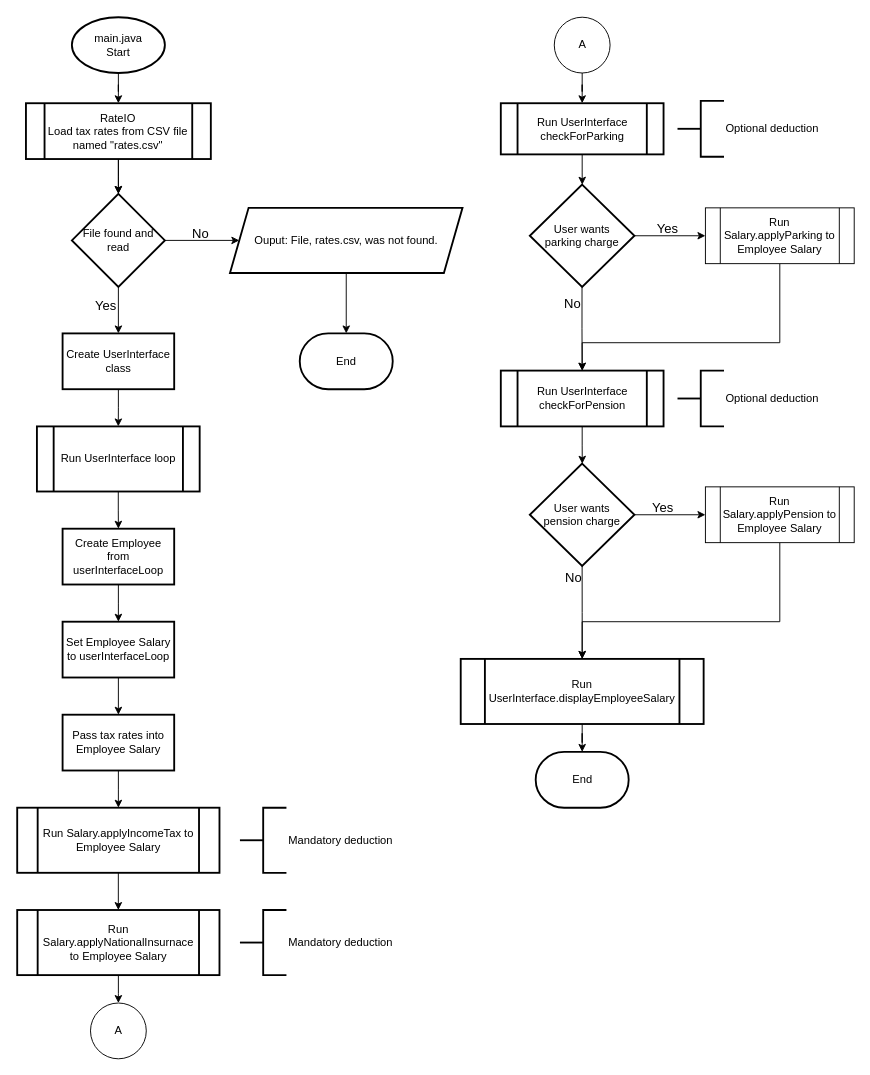
Sherman5A/usw-pop-coursework-1-task-2 keeps this draw.io diagram as report/flowcharts/task-2/designs/main.drawio. Above is the earlier version. Source tidied: cells renumbered, new cells numbered last; positions are measured from the earlier drawing's top-left corner, leaving out a move shared by most shapes. Both pictures are drawn from the tidied source at 93%, with x=0, y=0 at pixel (17, 17).
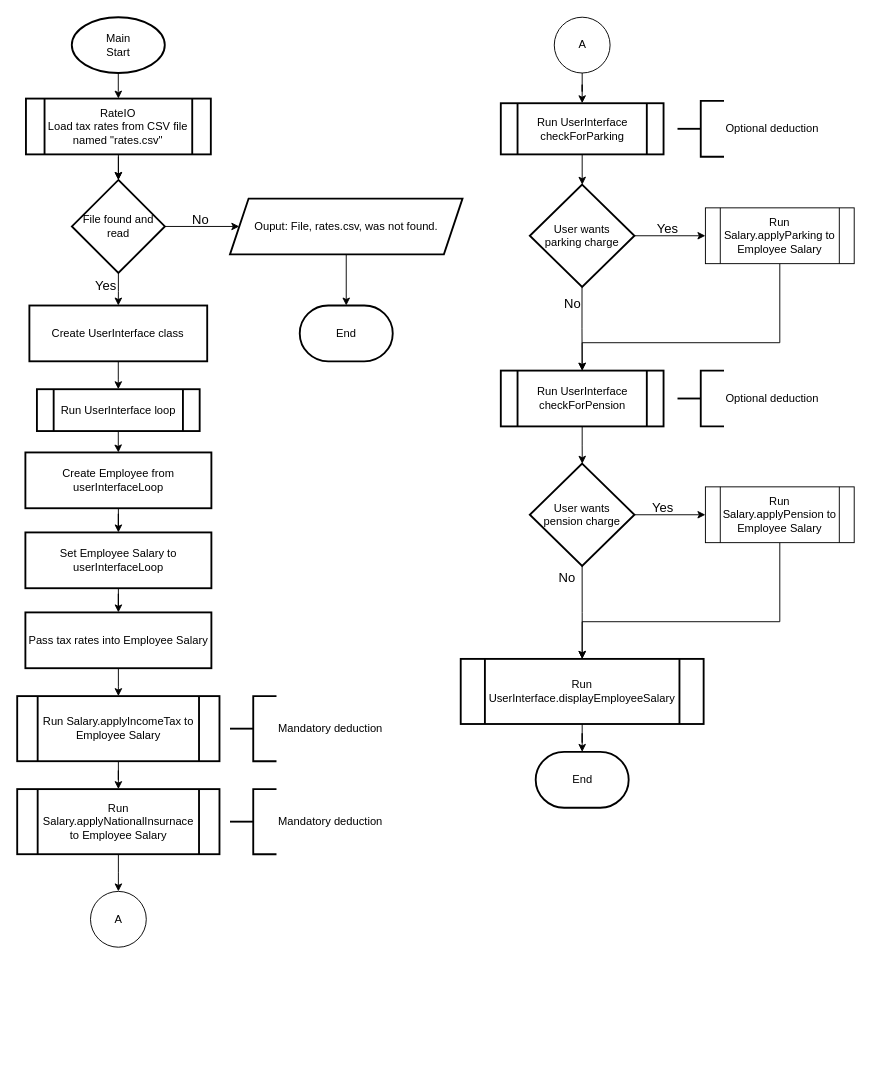
After the change.

Change to the diagram source:
```diff
@@
-    <mxCell id="3" value="main.java&lt;br&gt;Start" style="strokeWidth=2;html=1;shape=mxgraph.flowchart.start_1;whiteSpace=wrap;" parent="1" vertex="1">
-      <mxGeometry x="58.8" width="100" height="60" as="geometry" />
+    <mxCell id="3" value="Main&lt;br&gt;Start" style="strokeWidth=2;html=1;shape=mxgraph.flowchart.start_1;whiteSpace=wrap;" parent="1" vertex="1">
+      <mxGeometry x="58.7" width="100" height="60" as="geometry" />
     </mxCell>
@@
     <mxCell id="8" value="File found and read" style="strokeWidth=2;html=1;shape=mxgraph.flowchart.decision;whiteSpace=wrap;" parent="1" vertex="1">
-      <mxGeometry x="58.8" y="190" width="100" height="100" as="geometry" />
+      <mxGeometry x="58.8" y="175" width="100" height="100" as="geometry" />
     </mxCell>
@@
     <mxCell id="10" value="&lt;div style=&quot;line-height: 110%;&quot; align=&quot;center&quot;&gt;Ouput: File, rates.csv, was not found.&lt;/div&gt;" style="shape=parallelogram;perimeter=parallelogramPerimeter;whiteSpace=wrap;html=1;fixedSize=1;strokeWidth=2;align=center;" parent="1" vertex="1">
-      <mxGeometry x="228.8" y="205" width="250" height="70" as="geometry" />
+      <mxGeometry x="228.8" y="195" width="250" height="60" as="geometry" />
     </mxCell>
     <mxCell id="11" value="End" style="strokeWidth=2;html=1;shape=mxgraph.flowchart.terminator;whiteSpace=wrap;" parent="1" vertex="1">
-      <mxGeometry x="303.8" y="340" width="100" height="60" as="geometry" />
+      <mxGeometry x="303.8" y="310" width="100" height="60" as="geometry" />
     </mxCell>
@@
     <mxCell id="13" value="Create UserInterface class" style="whiteSpace=wrap;html=1;strokeWidth=2;" parent="1" vertex="1">
-      <mxGeometry x="48.8" y="340" width="120" height="60" as="geometry" />
+      <mxGeometry x="13.1" y="310" width="191.2" height="60" as="geometry" />
     </mxCell>
@@
     <mxCell id="15" value="Run UserInterface loop" style="shape=process;whiteSpace=wrap;html=1;backgroundOutline=1;strokeWidth=2;" parent="1" vertex="1">
-      <mxGeometry x="21.2" y="440" width="175" height="70" as="geometry" />
+      <mxGeometry x="21.2" y="400" width="175" height="45" as="geometry" />
     </mxCell>
-    <mxCell id="16" style="edgeStyle=orthogonalEdgeStyle;rounded=0;jettySize=auto;html=1;" parent="1" edge="1" source="17">
-      <mxGeometry relative="1" as="geometry">
-        <mxPoint x="108.8" y="650" as="targetPoint" />
-      </mxGeometry>
+    <mxCell id="16" style="edgeStyle=orthogonalEdgeStyle;rounded=0;jettySize=auto;html=1;entryX=0.5;entryY=0;entryDx=0;entryDy=0;" parent="1" edge="1" source="17" target="19">
+      <mxGeometry relative="1" as="geometry" />
     </mxCell>
     <mxCell id="17" value="Create Employee from userInterfaceLoop" style="whiteSpace=wrap;html=1;strokeWidth=2;" parent="1" vertex="1">
-      <mxGeometry x="48.8" y="550" width="120" height="60" as="geometry" />
+      <mxGeometry x="8.8" y="468" width="200" height="60" as="geometry" />
     </mxCell>
@@
     <mxCell id="19" value="Set Employee Salary to userInterfaceLoop" style="whiteSpace=wrap;html=1;strokeWidth=2;" parent="1" vertex="1">
-      <mxGeometry x="48.8" y="650" width="120" height="60" as="geometry" />
+      <mxGeometry x="8.8" y="554" width="200" height="60" as="geometry" />
     </mxCell>
@@
     <mxCell id="21" value="Run Salary.applyIncomeTax to Employee Salary" style="shape=process;whiteSpace=wrap;html=1;backgroundOutline=1;strokeWidth=2;" parent="1" vertex="1">
-      <mxGeometry y="850" width="217.5" height="70" as="geometry" />
+      <mxGeometry y="730" width="217.5" height="70" as="geometry" />
     </mxCell>
@@
     <mxCell id="28" value="A" style="ellipse;whiteSpace=wrap;html=1;" parent="1" vertex="1">
-      <mxGeometry x="78.8" y="1060" width="60" height="60" as="geometry" />
+      <mxGeometry x="78.8" y="940" width="60" height="60" as="geometry" />
     </mxCell>
@@
     <mxCell id="36" value="Run Salary.applyNationalInsurnace to Employee Salary" style="shape=process;whiteSpace=wrap;html=1;backgroundOutline=1;strokeWidth=2;" parent="1" vertex="1">
-      <mxGeometry y="960" width="217.5" height="70" as="geometry" />
+      <mxGeometry y="830" width="217.5" height="70" as="geometry" />
     </mxCell>
     <mxCell id="37" value="Mandatory deduction" style="strokeWidth=2;html=1;shape=mxgraph.flowchart.annotation_2;align=left;labelPosition=right;" parent="1" vertex="1">
-      <mxGeometry x="239.5" y="850" width="50" height="70" as="geometry" />
+      <mxGeometry x="228.8" y="730" width="50" height="70" as="geometry" />
     </mxCell>
     <mxCell id="38" value="Mandatory deduction" style="strokeWidth=2;html=1;shape=mxgraph.flowchart.annotation_2;align=left;labelPosition=right;" parent="1" vertex="1">
-      <mxGeometry x="239.5" y="960" width="50" height="70" as="geometry" />
+      <mxGeometry x="228.8" y="830" width="50" height="70" as="geometry" />
     </mxCell>
@@
     <mxCell id="41" value="Pass tax rates into Employee Salary" style="whiteSpace=wrap;html=1;strokeWidth=2;" parent="1" vertex="1">
-      <mxGeometry x="48.8" y="750" width="120" height="60" as="geometry" />
+      <mxGeometry x="8.8" y="640" width="200" height="60" as="geometry" />
     </mxCell>
@@
     <mxCell id="49" value="&lt;font style=&quot;font-size: 14px;&quot;&gt;No&lt;/font&gt;" style="edgeLabel;html=1;align=center;verticalAlign=middle;labelBackgroundColor=none;" parent="1" vertex="1">
-      <mxGeometry x="597" y="602" as="geometry" />
+      <mxGeometry x="590" y="602" as="geometry" />
     </mxCell>
@@
     <mxCell id="54" value="RateIO&lt;br&gt;Load tax rates from CSV file named &quot;rates.csv&quot;" style="shape=process;whiteSpace=wrap;html=1;backgroundOutline=1;strokeWidth=2;" parent="1" vertex="1">
-      <mxGeometry x="9.4" y="92.5" width="198.8" height="60" as="geometry" />
+      <mxGeometry x="9.4" y="87.5" width="198.8" height="60" as="geometry" />
     </mxCell>
```
